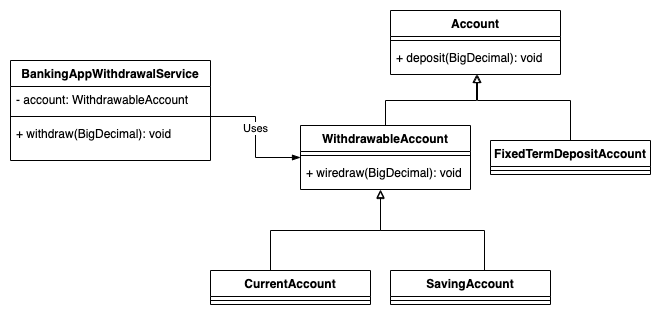
This is diagrams/lsp-after.png from mauriciogeneroso/solid-principles, a draw.io export, as it was before one commit. Source tidied: cells renumbered, new cells last; positions are measured from the earlier drawing's top-left corner, leaving out a move shared by most shapes.
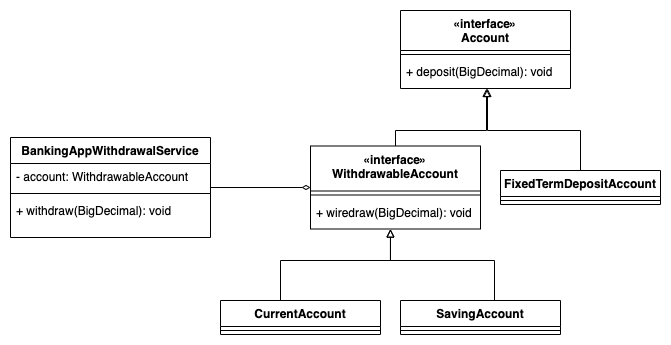
After the commit.

The edit, as a diff of the source:
```diff
@@ -2,14 +2,14 @@
   <root>
     <mxCell id="0" />
     <mxCell id="1" parent="0" />
-    <mxCell id="2" value="Account" style="swimlane;fontStyle=1;align=center;verticalAlign=top;horizontal=1;startSize=26;" parent="1" vertex="1">
-      <mxGeometry x="380" width="170" height="64" as="geometry" />
+    <mxCell id="2" value="«interface»&#10;Account" style="swimlane;fontStyle=1;align=center;verticalAlign=top;horizontal=1;startSize=40;" parent="1" vertex="1">
+      <mxGeometry x="380" y="-30" width="170" height="78" as="geometry" />
     </mxCell>
     <mxCell id="3" style="line;strokeWidth=1;fillColor=none;align=left;verticalAlign=middle;spacingTop=-1;spacingLeft=3;spacingRight=3;labelPosition=right;" parent="2" vertex="1">
-      <mxGeometry y="26" width="170" height="8" as="geometry" />
+      <mxGeometry y="40" width="170" height="8" as="geometry" />
     </mxCell>
     <mxCell id="4" value="+ deposit(BigDecimal): void" style="text;strokeColor=none;fillColor=none;align=left;verticalAlign=top;spacingLeft=4;spacingRight=4;overflow=hidden;points=[[0,0.5],[1,0.5]];portConstraint=eastwest;" parent="2" vertex="1">
-      <mxGeometry y="34" width="170" height="30" as="geometry" />
+      <mxGeometry y="48" width="170" height="30" as="geometry" />
     </mxCell>
     <mxCell id="5" style="edgeStyle=orthogonalEdgeStyle;rounded=0;jettySize=auto;html=1;strokeColor=default;endArrow=block;endFill=0;exitX=0.5;exitY=0;exitDx=0;exitDy=0;" parent="1" edge="1" source="21" target="4">
       <mxGeometry relative="1" as="geometry">
@@ -33,8 +33,11 @@
     <mxCell id="8" style="line;strokeWidth=1;fillColor=none;align=left;verticalAlign=middle;spacingTop=-1;spacingLeft=3;spacingRight=3;labelPosition=right;" parent="7" vertex="1">
       <mxGeometry y="26" width="160" height="8" as="geometry" />
     </mxCell>
+    <mxCell id="24" style="edgeStyle=orthogonalEdgeStyle;rounded=0;jettySize=auto;html=1;endArrow=diamondThin;endFill=0;" parent="1" edge="1" source="9" target="21">
+      <mxGeometry relative="1" as="geometry" />
+    </mxCell>
     <mxCell id="9" value="BankingAppWithdrawalService" style="swimlane;fontStyle=1;align=center;verticalAlign=top;horizontal=1;startSize=26;" parent="1" vertex="1">
-      <mxGeometry y="50" width="200" height="100" as="geometry" />
+      <mxGeometry x="-10" y="97" width="200" height="100" as="geometry" />
     </mxCell>
     <mxCell id="10" value="- account: WithdrawableAccount" style="text;strokeColor=none;fillColor=none;align=left;verticalAlign=top;spacingLeft=4;spacingRight=4;overflow=hidden;" parent="9" vertex="1">
       <mxGeometry y="26" width="200" height="26" as="geometry" />
@@ -45,12 +48,6 @@
     <mxCell id="12" value="+ withdraw(BigDecimal): void" style="text;strokeColor=none;fillColor=none;align=left;verticalAlign=top;spacingLeft=4;spacingRight=4;overflow=hidden;" parent="9" vertex="1">
       <mxGeometry y="60" width="200" height="40" as="geometry" />
     </mxCell>
-    <mxCell id="13" style="edgeStyle=orthogonalEdgeStyle;rounded=0;jettySize=auto;html=1;entryX=0;entryY=0.5;entryDx=0;entryDy=0;endArrow=blockThin;endFill=1;strokeColor=default;" parent="1" edge="1" source="11" target="21">
-      <mxGeometry relative="1" as="geometry" />
-    </mxCell>
-    <mxCell id="14" value="Uses" style="edgeLabel;html=1;align=center;verticalAlign=middle;" parent="13" vertex="1">
-      <mxGeometry x="-0.14" relative="1" as="geometry" />
-    </mxCell>
     <mxCell id="15" style="edgeStyle=orthogonalEdgeStyle;rounded=0;jettySize=auto;html=1;endArrow=block;endFill=0;strokeColor=default;exitX=0.5;exitY=0;exitDx=0;exitDy=0;" parent="1" edge="1" source="16" target="23">
       <mxGeometry relative="1" as="geometry">
         <Array as="points">
@@ -66,9 +63,8 @@
     <mxCell id="17" style="line;strokeWidth=1;fillColor=none;align=left;verticalAlign=middle;spacingTop=-1;spacingLeft=3;spacingRight=3;labelPosition=right;" parent="16" vertex="1">
       <mxGeometry y="26" width="160" height="8" as="geometry" />
     </mxCell>
-    <mxCell id="18" style="edgeStyle=orthogonalEdgeStyle;rounded=0;jettySize=auto;html=1;endArrow=block;endFill=0;strokeColor=default;" parent="1" edge="1" source="19">
+    <mxCell id="18" style="edgeStyle=orthogonalEdgeStyle;rounded=0;jettySize=auto;html=1;endArrow=block;endFill=0;strokeColor=default;entryX=0.47;entryY=1.004;entryDx=0;entryDy=0;entryPerimeter=0;" parent="1" edge="1" source="19" target="23">
       <mxGeometry relative="1" as="geometry">
-        <mxPoint x="370" y="180" as="targetPoint" />
         <Array as="points">
           <mxPoint x="474" y="220" />
           <mxPoint x="370" y="220" />
@@ -81,14 +77,14 @@
     <mxCell id="20" style="line;strokeWidth=1;fillColor=none;align=left;verticalAlign=middle;spacingTop=-1;spacingLeft=3;spacingRight=3;labelPosition=right;" parent="19" vertex="1">
       <mxGeometry y="26" width="160" height="8" as="geometry" />
     </mxCell>
-    <mxCell id="21" value="WithdrawableAccount" style="swimlane;fontStyle=1;align=center;verticalAlign=top;horizontal=1;startSize=26;" parent="1" vertex="1">
-      <mxGeometry x="290" y="115" width="170" height="64" as="geometry" />
+    <mxCell id="21" value="«interface»&#10;WithdrawableAccount" style="swimlane;fontStyle=1;align=center;verticalAlign=top;horizontal=1;startSize=45;" parent="1" vertex="1">
+      <mxGeometry x="290" y="105.5" width="170" height="83" as="geometry" />
     </mxCell>
     <mxCell id="22" style="line;strokeWidth=1;fillColor=none;align=left;verticalAlign=middle;spacingTop=-1;spacingLeft=3;spacingRight=3;labelPosition=right;" parent="21" vertex="1">
-      <mxGeometry y="26" width="170" height="8" as="geometry" />
+      <mxGeometry y="45" width="170" height="8" as="geometry" />
     </mxCell>
     <mxCell id="23" value="+ wiredraw(BigDecimal): void" style="text;strokeColor=none;fillColor=none;align=left;verticalAlign=top;spacingLeft=4;spacingRight=4;overflow=hidden;points=[[0,0.5],[1,0.5]];portConstraint=eastwest;" parent="21" vertex="1">
-      <mxGeometry y="34" width="170" height="30" as="geometry" />
+      <mxGeometry y="53" width="170" height="30" as="geometry" />
     </mxCell>
   </root>
 </mxGraphModel>
```
